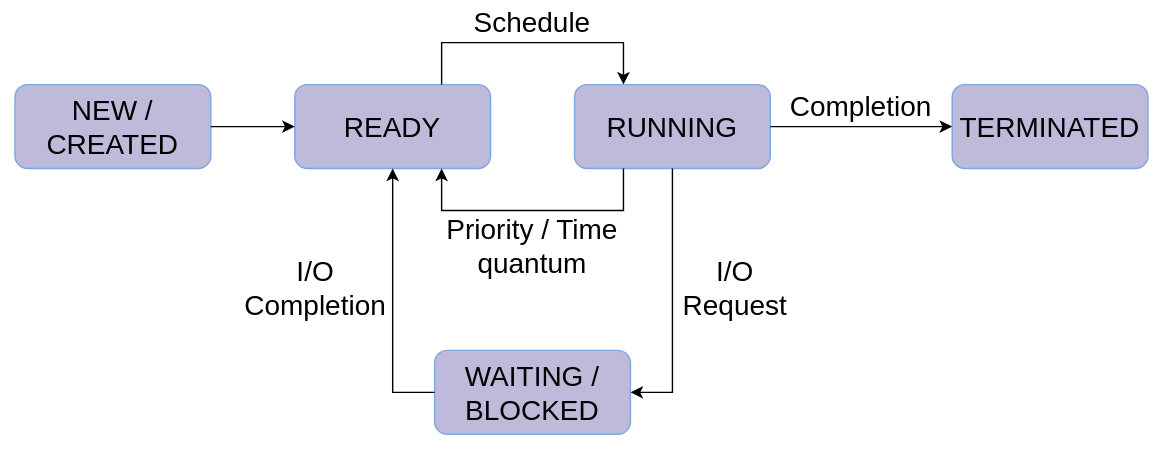
Above: content/chapters/compute/lecture/media/thread-states.svg in VladNastase/operating-systems (draw.io), before the change. Source tidied: cells renumbered, new cells last; positions are measured from the earlier drawing's top-left corner, leaving out a move shared by most shapes.
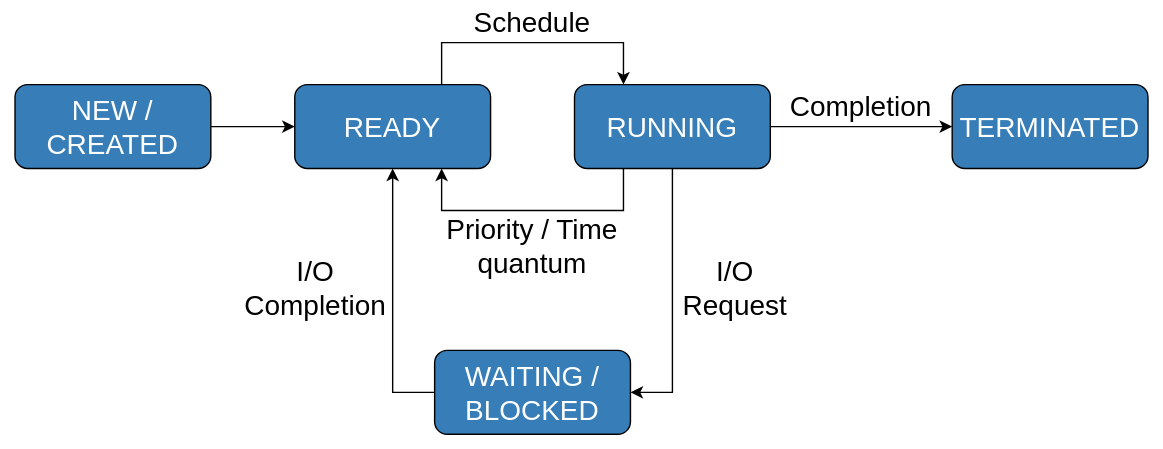
Later version of the same file.

Change to the diagram source:
```diff
@@ -2,22 +2,22 @@
   <root>
     <mxCell id="0" />
     <mxCell id="1" parent="0" />
-    <mxCell id="2" style="rounded=0;whiteSpace=wrap;html=1;fontSize=20;strokeColor=#FFFFFF;fillColor=#FFFFFF;" parent="1" vertex="1">
+    <mxCell id="2" style="rounded=1;whiteSpace=wrap;html=1;fontSize=20;strokeColor=#FFFFFF;fillColor=#FFFFFF;" parent="1" vertex="1">
       <mxGeometry width="830" height="320" as="geometry" />
     </mxCell>
-    <mxCell id="3" value="NEW / CREATED" style="rounded=1;whiteSpace=wrap;html=1;fontSize=20;fillColor=#bebada;strokeColor=#7EA6E0;" parent="1" vertex="1">
+    <mxCell id="3" value="NEW / CREATED" style="rounded=1;whiteSpace=wrap;html=1;fontSize=20;fillColor=#377EB8;strokeColor=#000000;fontColor=#FFFFFF;" parent="1" vertex="1">
       <mxGeometry x="10" y="60" width="140" height="60" as="geometry" />
     </mxCell>
-    <mxCell id="4" value="READY" style="rounded=1;whiteSpace=wrap;html=1;fontSize=20;fillColor=#bebada;strokeColor=#7EA6E0;" parent="1" vertex="1">
+    <mxCell id="4" value="READY" style="rounded=1;whiteSpace=wrap;html=1;fontSize=20;fillColor=#377EB8;strokeColor=#000000;fontColor=#FFFFFF;" parent="1" vertex="1">
       <mxGeometry x="210" y="60" width="140" height="60" as="geometry" />
     </mxCell>
-    <mxCell id="5" value="RUNNING" style="rounded=1;whiteSpace=wrap;html=1;fontSize=20;fillColor=#bebada;strokeColor=#7EA6E0;" parent="1" vertex="1">
+    <mxCell id="5" value="RUNNING" style="rounded=1;whiteSpace=wrap;html=1;fontSize=20;fillColor=#377EB8;strokeColor=#000000;fontColor=#FFFFFF;" parent="1" vertex="1">
       <mxGeometry x="410" y="60" width="140" height="60" as="geometry" />
     </mxCell>
-    <mxCell id="6" value="TERMINATED" style="rounded=1;whiteSpace=wrap;html=1;fontSize=20;fillColor=#bebada;strokeColor=#7EA6E0;" parent="1" vertex="1">
+    <mxCell id="6" value="TERMINATED" style="rounded=1;whiteSpace=wrap;html=1;fontSize=20;fillColor=#377EB8;strokeColor=#000000;fontColor=#FFFFFF;" parent="1" vertex="1">
       <mxGeometry x="680" y="60" width="140" height="60" as="geometry" />
     </mxCell>
-    <mxCell id="7" value="WAITING / BLOCKED" style="rounded=1;whiteSpace=wrap;html=1;fontSize=20;fillColor=#bebada;strokeColor=#7EA6E0;" parent="1" vertex="1">
+    <mxCell id="7" value="WAITING / BLOCKED" style="rounded=1;whiteSpace=wrap;html=1;fontSize=20;fillColor=#377EB8;strokeColor=#000000;fontColor=#FFFFFF;" parent="1" vertex="1">
       <mxGeometry x="310" y="250" width="140" height="60" as="geometry" />
     </mxCell>
     <mxCell id="8" style="endArrow=classic;html=1;rounded=0;entryX=0;entryY=0.5;entryDx=0;entryDy=0;exitX=1;exitY=0.5;exitDx=0;exitDy=0;fontSize=20;" parent="1" edge="1" source="3" target="4">
```
